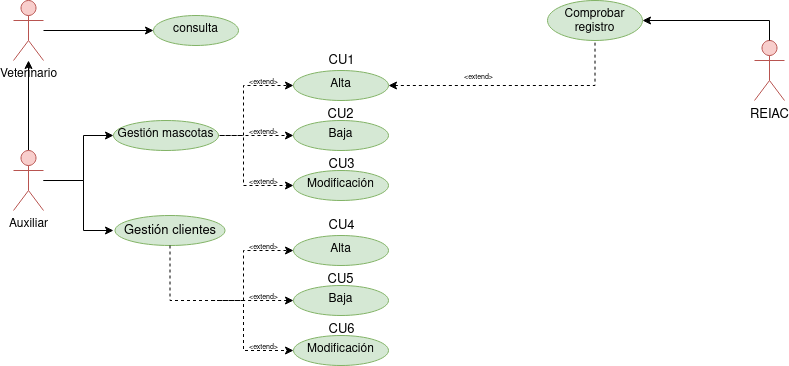
The draw.io diagram Tareas/casosUso/Tarea1/img/ClinicaVeterinaria.drawio.png in colidom/ets, before a commit. Source tidied: cells renumbered, new cells last; positions are measured from the earlier drawing's top-left corner, leaving out a move shared by most shapes.
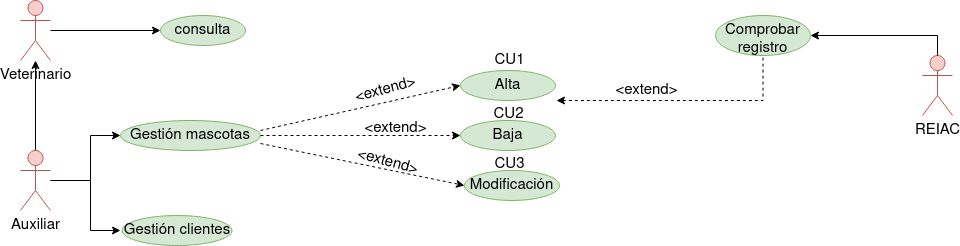
The same file after the commit.

What changed in the source:
```diff
@@ -2,27 +2,9 @@
   <root>
     <mxCell id="0" />
     <mxCell id="1" parent="0" />
-    <mxCell id="2" style="edgeStyle=orthogonalEdgeStyle;rounded=0;jettySize=auto;html=1;" parent="1" edge="1" source="6" target="8">
+    <mxCell id="2" style="edgeStyle=orthogonalEdgeStyle;rounded=0;jettySize=auto;html=1;fontSize=15;" parent="1" edge="1" source="6" target="8">
       <mxGeometry relative="1" as="geometry" />
     </mxCell>
-    <mxCell id="3" style="edgeStyle=orthogonalEdgeStyle;rounded=0;jettySize=auto;html=1;fontSize=13;dashed=1;" parent="1" edge="1" target="10">
-      <mxGeometry relative="1" as="geometry">
-        <mxPoint x="154" y="135" as="sourcePoint" />
-        <Array as="points">
-          <mxPoint x="290" y="135" />
-          <mxPoint x="290" y="135" />
-        </Array>
-      </mxGeometry>
-    </mxCell>
-    <mxCell id="4" style="edgeStyle=orthogonalEdgeStyle;rounded=0;jettySize=auto;html=1;fontSize=13;entryX=0;entryY=0.5;entryDx=0;entryDy=0;dashed=1;" parent="1" edge="1" target="11">
-      <mxGeometry relative="1" as="geometry">
-        <mxPoint x="154" y="135" as="sourcePoint" />
-        <Array as="points">
-          <mxPoint x="230" y="135" />
-          <mxPoint x="230" y="185" />
-        </Array>
-      </mxGeometry>
-    </mxCell>
     <mxCell id="5" style="edgeStyle=orthogonalEdgeStyle;rounded=0;jettySize=auto;html=1;fontSize=13;startArrow=none;startFill=0;endArrow=classic;endFill=1;" parent="1" edge="1" source="6" target="17">
       <mxGeometry relative="1" as="geometry">
         <Array as="points">
@@ -31,51 +13,44 @@
         </Array>
       </mxGeometry>
     </mxCell>
-    <mxCell id="6" value="Auxiliar" style="shape=umlActor;verticalLabelPosition=bottom;verticalAlign=top;html=1;outlineConnect=0;fillColor=#f8cecc;strokeColor=#b85450;" parent="1" vertex="1">
+    <mxCell id="6" value="Auxiliar" style="shape=umlActor;verticalLabelPosition=bottom;verticalAlign=top;html=1;outlineConnect=0;fillColor=#f8cecc;strokeColor=#b85450;fontSize=15;" parent="1" vertex="1">
       <mxGeometry y="150" width="30" height="60" as="geometry" />
     </mxCell>
     <mxCell id="7" style="edgeStyle=orthogonalEdgeStyle;rounded=0;jettySize=auto;html=1;fontSize=13;" parent="1" edge="1" source="8" target="9">
       <mxGeometry relative="1" as="geometry" />
     </mxCell>
-    <mxCell id="8" value="Veterinario" style="shape=umlActor;verticalLabelPosition=bottom;verticalAlign=top;html=1;outlineConnect=0;strokeColor=#b85450;fillColor=#f8cecc;" parent="1" vertex="1">
+    <mxCell id="8" value="Veterinario" style="shape=umlActor;verticalLabelPosition=bottom;verticalAlign=top;html=1;outlineConnect=0;strokeColor=#b85450;fillColor=#f8cecc;fontSize=15;" parent="1" vertex="1">
       <mxGeometry width="30" height="60" as="geometry" />
     </mxCell>
-    <mxCell id="9" value="consulta" style="ellipse;whiteSpace=wrap;html=1;verticalAlign=top;fillColor=#d5e8d4;strokeColor=#82b366;" parent="1" vertex="1">
+    <mxCell id="9" value="consulta" style="ellipse;whiteSpace=wrap;html=1;verticalAlign=top;fillColor=#d5e8d4;strokeColor=#82b366;fontSize=15;" parent="1" vertex="1">
       <mxGeometry x="140" y="15" width="85" height="30" as="geometry" />
     </mxCell>
-    <mxCell id="10" value="Baja" style="ellipse;whiteSpace=wrap;html=1;verticalAlign=top;fillColor=#d5e8d4;strokeColor=#82b366;" parent="1" vertex="1">
-      <mxGeometry x="280" y="120" width="95" height="30" as="geometry" />
+    <mxCell id="10" value="Baja" style="ellipse;whiteSpace=wrap;html=1;verticalAlign=top;fillColor=#d5e8d4;strokeColor=#82b366;fontSize=15;" parent="1" vertex="1">
+      <mxGeometry x="440" y="120" width="95" height="30" as="geometry" />
     </mxCell>
-    <mxCell id="11" value="Modificación" style="ellipse;whiteSpace=wrap;html=1;verticalAlign=top;fillColor=#d5e8d4;strokeColor=#82b366;" parent="1" vertex="1">
-      <mxGeometry x="280" y="170" width="95" height="30" as="geometry" />
+    <mxCell id="11" value="Modificación" style="ellipse;whiteSpace=wrap;html=1;verticalAlign=top;fillColor=#d5e8d4;strokeColor=#82b366;fontSize=15;" parent="1" vertex="1">
+      <mxGeometry x="444" y="170" width="95" height="30" as="geometry" />
     </mxCell>
-    <mxCell id="12" style="edgeStyle=orthogonalEdgeStyle;rounded=0;jettySize=auto;html=1;fontSize=13;dashed=1;startArrow=classic;startFill=1;endArrow=none;endFill=0;" parent="1" edge="1" source="13" target="16">
-      <mxGeometry relative="1" as="geometry" />
+    <mxCell id="12" style="edgeStyle=orthogonalEdgeStyle;rounded=0;jettySize=auto;html=1;fontSize=13;dashed=1;startArrow=classic;startFill=1;endArrow=none;endFill=0;" parent="1" edge="1" target="16">
+      <mxGeometry relative="1" as="geometry">
+        <mxPoint x="536" y="100" as="sourcePoint" />
+      </mxGeometry>
     </mxCell>
-    <mxCell id="13" value="Alta" style="ellipse;whiteSpace=wrap;html=1;verticalAlign=top;fillColor=#d5e8d4;strokeColor=#82b366;" parent="1" vertex="1">
-      <mxGeometry x="280" y="70" width="95" height="30" as="geometry" />
+    <mxCell id="13" value="Alta" style="ellipse;whiteSpace=wrap;html=1;verticalAlign=top;fillColor=#d5e8d4;strokeColor=#82b366;fontSize=15;" parent="1" vertex="1">
+      <mxGeometry x="440" y="70" width="95" height="30" as="geometry" />
     </mxCell>
-    <mxCell id="14" value="REIAC" style="shape=umlActor;verticalLabelPosition=bottom;verticalAlign=top;html=1;outlineConnect=0;strokeColor=#b85450;fontSize=13;fillColor=#f8cecc;" parent="1" vertex="1">
-      <mxGeometry x="741" y="40" width="30" height="60" as="geometry" />
+    <mxCell id="14" value="REIAC" style="shape=umlActor;verticalLabelPosition=bottom;verticalAlign=top;html=1;outlineConnect=0;strokeColor=#b85450;fontSize=15;fillColor=#f8cecc;" parent="1" vertex="1">
+      <mxGeometry x="902" y="55" width="30" height="60" as="geometry" />
     </mxCell>
     <mxCell id="15" style="edgeStyle=orthogonalEdgeStyle;rounded=0;jettySize=auto;html=1;fontSize=13;endArrow=none;endFill=0;startArrow=classic;startFill=1;entryX=0.5;entryY=0;entryDx=0;entryDy=0;entryPerimeter=0;" parent="1" edge="1" source="16" target="14">
       <mxGeometry relative="1" as="geometry" />
     </mxCell>
-    <mxCell id="16" value="Comprobar registro" style="ellipse;whiteSpace=wrap;html=1;verticalAlign=top;fillColor=#d5e8d4;strokeColor=#82b366;" parent="1" vertex="1">
-      <mxGeometry x="534" width="95" height="40" as="geometry" />
+    <mxCell id="16" value="Comprobar registro" style="ellipse;whiteSpace=wrap;html=1;verticalAlign=top;fillColor=#d5e8d4;strokeColor=#82b366;fontSize=15;" parent="1" vertex="1">
+      <mxGeometry x="695" y="15" width="95" height="40" as="geometry" />
     </mxCell>
-    <mxCell id="17" value="Gestión mascotas" style="ellipse;whiteSpace=wrap;html=1;verticalAlign=top;fillColor=#d5e8d4;strokeColor=#82b366;" parent="1" vertex="1">
-      <mxGeometry x="100" y="120" width="105" height="30" as="geometry" />
+    <mxCell id="17" value="&lt;font style=&quot;font-size: 15px;&quot;&gt;Gestión mascotas&lt;/font&gt;" style="ellipse;whiteSpace=wrap;html=1;verticalAlign=top;fillColor=#d5e8d4;strokeColor=#82b366;" parent="1" vertex="1">
+      <mxGeometry x="100" y="120" width="140" height="30" as="geometry" />
     </mxCell>
-    <mxCell id="18" style="endArrow=classic;html=1;rounded=0;fontSize=13;entryX=0;entryY=0.5;entryDx=0;entryDy=0;exitX=1;exitY=0.5;exitDx=0;exitDy=0;dashed=1;" parent="1" edge="1" target="13">
-      <mxGeometry relative="1" as="geometry">
-        <mxPoint x="206" y="135" as="sourcePoint" />
-        <Array as="points">
-          <mxPoint x="230" y="135" />
-          <mxPoint x="230" y="85" />
-        </Array>
-      </mxGeometry>
-    </mxCell>
     <mxCell id="19" style="edgeStyle=orthogonalEdgeStyle;rounded=0;orthogonalLoop=1;jettySize=auto;html=1;fontSize=13;startArrow=classic;startFill=1;endArrow=none;endFill=0;" parent="1" edge="1">
       <mxGeometry relative="1" as="geometry">
         <mxPoint x="100" y="230" as="sourcePoint" />
@@ -86,79 +61,40 @@
         </Array>
       </mxGeometry>
     </mxCell>
-    <mxCell id="20" value="Gestión clientes" style="ellipse;whiteSpace=wrap;html=1;shadow=0;sketch=0;strokeColor=#82b366;strokeWidth=1;fontSize=13;fillColor=#d5e8d4;" parent="1" vertex="1">
+    <mxCell id="20" value="Gestión clientes" style="ellipse;whiteSpace=wrap;html=1;shadow=0;sketch=0;strokeColor=#82b366;strokeWidth=1;fontSize=15;fillColor=#d5e8d4;" parent="1" vertex="1">
       <mxGeometry x="101.5" y="215" width="110" height="30" as="geometry" />
     </mxCell>
-    <mxCell id="21" value="CU1" style="text;html=1;align=center;verticalAlign=middle;strokeColor=none;fillColor=none;fontSize=13;" parent="1" vertex="1">
-      <mxGeometry x="302.5" y="45" width="50" height="30" as="geometry" />
+    <mxCell id="21" value="CU1" style="text;html=1;align=center;verticalAlign=middle;strokeColor=none;fillColor=none;fontSize=15;" parent="1" vertex="1">
+      <mxGeometry x="463.5" y="45" width="50" height="30" as="geometry" />
     </mxCell>
-    <mxCell id="22" value="CU2" style="text;html=1;align=center;verticalAlign=middle;strokeColor=none;fillColor=none;fontSize=13;" parent="1" vertex="1">
-      <mxGeometry x="302" y="99" width="50" height="30" as="geometry" />
+    <mxCell id="22" value="CU2" style="text;html=1;align=center;verticalAlign=middle;strokeColor=none;fillColor=none;fontSize=15;" parent="1" vertex="1">
+      <mxGeometry x="463" y="99" width="50" height="30" as="geometry" />
     </mxCell>
-    <mxCell id="23" value="CU3" style="text;html=1;align=center;verticalAlign=middle;strokeColor=none;fillColor=none;fontSize=13;" parent="1" vertex="1">
-      <mxGeometry x="302.5" y="149" width="50" height="30" as="geometry" />
+    <mxCell id="23" value="CU3" style="text;html=1;align=center;verticalAlign=middle;strokeColor=none;fillColor=none;fontSize=15;" parent="1" vertex="1">
+      <mxGeometry x="463.5" y="149" width="50" height="30" as="geometry" />
     </mxCell>
-    <mxCell id="24" style="edgeStyle=orthogonalEdgeStyle;rounded=0;jettySize=auto;html=1;fontSize=13;entryX=0;entryY=0.5;entryDx=0;entryDy=0;exitX=0.5;exitY=1;exitDx=0;exitDy=0;dashed=1;" parent="1" edge="1" source="20" target="27">
-      <mxGeometry relative="1" as="geometry">
-        <Array as="points">
-          <mxPoint x="157" y="300" />
-          <mxPoint x="230" y="300" />
-          <mxPoint x="230" y="350" />
-        </Array>
-      </mxGeometry>
-    </mxCell>
-    <mxCell id="25" style="edgeStyle=orthogonalEdgeStyle;rounded=0;jettySize=auto;html=1;fontSize=13;startArrow=classic;startFill=1;endArrow=none;endFill=0;dashed=1;" parent="1" edge="1" source="26">
-      <mxGeometry relative="1" as="geometry">
-        <mxPoint x="200" y="300" as="targetPoint" />
-      </mxGeometry>
-    </mxCell>
-    <mxCell id="26" value="Baja" style="ellipse;whiteSpace=wrap;html=1;verticalAlign=top;fillColor=#d5e8d4;strokeColor=#82b366;" parent="1" vertex="1">
-      <mxGeometry x="280" y="285" width="95" height="30" as="geometry" />
-    </mxCell>
-    <mxCell id="27" value="Modificación" style="ellipse;whiteSpace=wrap;html=1;verticalAlign=top;fillColor=#d5e8d4;strokeColor=#82b366;" parent="1" vertex="1">
-      <mxGeometry x="280" y="335" width="95" height="30" as="geometry" />
-    </mxCell>
-    <mxCell id="28" value="Alta" style="ellipse;whiteSpace=wrap;html=1;verticalAlign=top;fillColor=#d5e8d4;strokeColor=#82b366;" parent="1" vertex="1">
-      <mxGeometry x="280" y="235" width="95" height="30" as="geometry" />
-    </mxCell>
-    <mxCell id="29" style="endArrow=classic;html=1;rounded=0;fontSize=13;entryX=0;entryY=0.5;entryDx=0;entryDy=0;exitX=1;exitY=0.5;exitDx=0;exitDy=0;dashed=1;" parent="1" edge="1" target="28">
-      <mxGeometry relative="1" as="geometry">
-        <mxPoint x="206" y="300" as="sourcePoint" />
-        <Array as="points">
-          <mxPoint x="230" y="300" />
-          <mxPoint x="230" y="250" />
-        </Array>
-      </mxGeometry>
-    </mxCell>
-    <mxCell id="30" value="CU4" style="text;html=1;align=center;verticalAlign=middle;strokeColor=none;fillColor=none;fontSize=13;" parent="1" vertex="1">
-      <mxGeometry x="302.5" y="210" width="50" height="30" as="geometry" />
-    </mxCell>
-    <mxCell id="31" value="CU5" style="text;html=1;align=center;verticalAlign=middle;strokeColor=none;fillColor=none;fontSize=13;" parent="1" vertex="1">
-      <mxGeometry x="302" y="264" width="50" height="30" as="geometry" />
-    </mxCell>
-    <mxCell id="32" value="CU6" style="text;html=1;align=center;verticalAlign=middle;strokeColor=none;fillColor=none;fontSize=13;" parent="1" vertex="1">
-      <mxGeometry x="302.5" y="314" width="50" height="30" as="geometry" />
-    </mxCell>
-    <mxCell id="33" value="&lt;font style=&quot;font-size: 7px;&quot;&gt;&amp;lt;extend&amp;gt;&lt;/font&gt;" style="text;html=1;align=center;verticalAlign=middle;strokeColor=none;fillColor=none;fontSize=13;" parent="1" vertex="1">
-      <mxGeometry x="225" y="65" width="50" height="30" as="geometry" />
+    <mxCell id="33" value="&lt;font style=&quot;font-size: 15px;&quot;&gt;&amp;lt;extend&amp;gt;&lt;/font&gt;" style="text;html=1;align=center;verticalAlign=middle;strokeColor=none;fillColor=none;fontSize=15;rotation=-15;" parent="1" vertex="1">
+      <mxGeometry x="320" y="75" width="90" height="30" as="geometry" />
     </mxCell>
-    <mxCell id="34" value="&lt;font style=&quot;font-size: 7px;&quot;&gt;&amp;lt;extend&amp;gt;&lt;/font&gt;" style="text;html=1;align=center;verticalAlign=middle;strokeColor=none;fillColor=none;fontSize=13;" parent="1" vertex="1">
-      <mxGeometry x="225" y="165" width="50" height="30" as="geometry" />
-    </mxCell>
-    <mxCell id="35" value="&lt;font style=&quot;font-size: 7px;&quot;&gt;&amp;lt;extend&amp;gt;&lt;/font&gt;" style="text;html=1;align=center;verticalAlign=middle;strokeColor=none;fillColor=none;fontSize=13;" parent="1" vertex="1">
-      <mxGeometry x="225" y="115" width="50" height="30" as="geometry" />
-    </mxCell>
-    <mxCell id="36" value="&lt;font style=&quot;font-size: 7px;&quot;&gt;&amp;lt;extend&amp;gt;&lt;/font&gt;" style="text;html=1;align=center;verticalAlign=middle;strokeColor=none;fillColor=none;fontSize=13;" parent="1" vertex="1">
-      <mxGeometry x="225" y="230" width="50" height="30" as="geometry" />
-    </mxCell>
-    <mxCell id="37" value="&lt;font style=&quot;font-size: 7px;&quot;&gt;&amp;lt;extend&amp;gt;&lt;/font&gt;" style="text;html=1;align=center;verticalAlign=middle;strokeColor=none;fillColor=none;fontSize=13;" parent="1" vertex="1">
-      <mxGeometry x="225" y="280" width="50" height="30" as="geometry" />
-    </mxCell>
-    <mxCell id="38" value="&lt;font style=&quot;font-size: 7px;&quot;&gt;&amp;lt;extend&amp;gt;&lt;/font&gt;" style="text;html=1;align=center;verticalAlign=middle;strokeColor=none;fillColor=none;fontSize=13;" parent="1" vertex="1">
-      <mxGeometry x="225" y="330" width="50" height="30" as="geometry" />
-    </mxCell>
-    <mxCell id="39" value="&lt;font style=&quot;font-size: 7px;&quot;&gt;&amp;lt;extend&amp;gt;&lt;/font&gt;" style="text;html=1;align=center;verticalAlign=middle;strokeColor=none;fillColor=none;fontSize=13;" parent="1" vertex="1">
-      <mxGeometry x="440" y="60" width="50" height="30" as="geometry" />
+    <mxCell id="39" value="&lt;font style=&quot;font-size: 15px;&quot;&gt;&amp;lt;extend&amp;gt;&lt;/font&gt;" style="text;html=1;align=center;verticalAlign=middle;strokeColor=none;fillColor=none;fontSize=15;" parent="1" vertex="1">
+      <mxGeometry x="581" y="75" width="90" height="30" as="geometry" />
     </mxCell>
+    <mxCell id="40" style="endArrow=classic;html=1;rounded=0;dashed=1;fontSize=15;entryX=0;entryY=0.5;entryDx=0;entryDy=0;" parent="1" edge="1" target="13">
+      <mxGeometry relative="1" as="geometry">
+        <mxPoint x="240" y="130" as="sourcePoint" />
+      </mxGeometry>
+    </mxCell>
+    <mxCell id="41" style="endArrow=classic;html=1;rounded=0;dashed=1;fontSize=15;entryX=0;entryY=0.5;entryDx=0;entryDy=0;exitX=1;exitY=0.5;exitDx=0;exitDy=0;" parent="1" edge="1" source="17" target="10">
+      <mxGeometry relative="1" as="geometry" />
+    </mxCell>
+    <mxCell id="42" style="endArrow=classic;html=1;rounded=0;dashed=1;fontSize=15;entryX=0;entryY=0.5;entryDx=0;entryDy=0;exitX=1;exitY=0.767;exitDx=0;exitDy=0;exitPerimeter=0;" parent="1" edge="1" source="17" target="11">
+      <mxGeometry relative="1" as="geometry" />
+    </mxCell>
+    <mxCell id="43" value="&lt;font style=&quot;font-size: 15px;&quot;&gt;&amp;lt;extend&amp;gt;&lt;/font&gt;" style="text;html=1;align=center;verticalAlign=middle;strokeColor=none;fillColor=none;fontSize=15;rotation=0;" parent="1" vertex="1">
+      <mxGeometry x="330" y="113" width="90" height="30" as="geometry" />
+    </mxCell>
+    <mxCell id="44" value="&lt;font style=&quot;font-size: 15px;&quot;&gt;&amp;lt;extend&amp;gt;&lt;/font&gt;" style="text;html=1;align=center;verticalAlign=middle;strokeColor=none;fillColor=none;fontSize=15;rotation=15;" parent="1" vertex="1">
+      <mxGeometry x="322" y="147" width="90" height="30" as="geometry" />
+    </mxCell>
   </root>
 </mxGraphModel>
```
